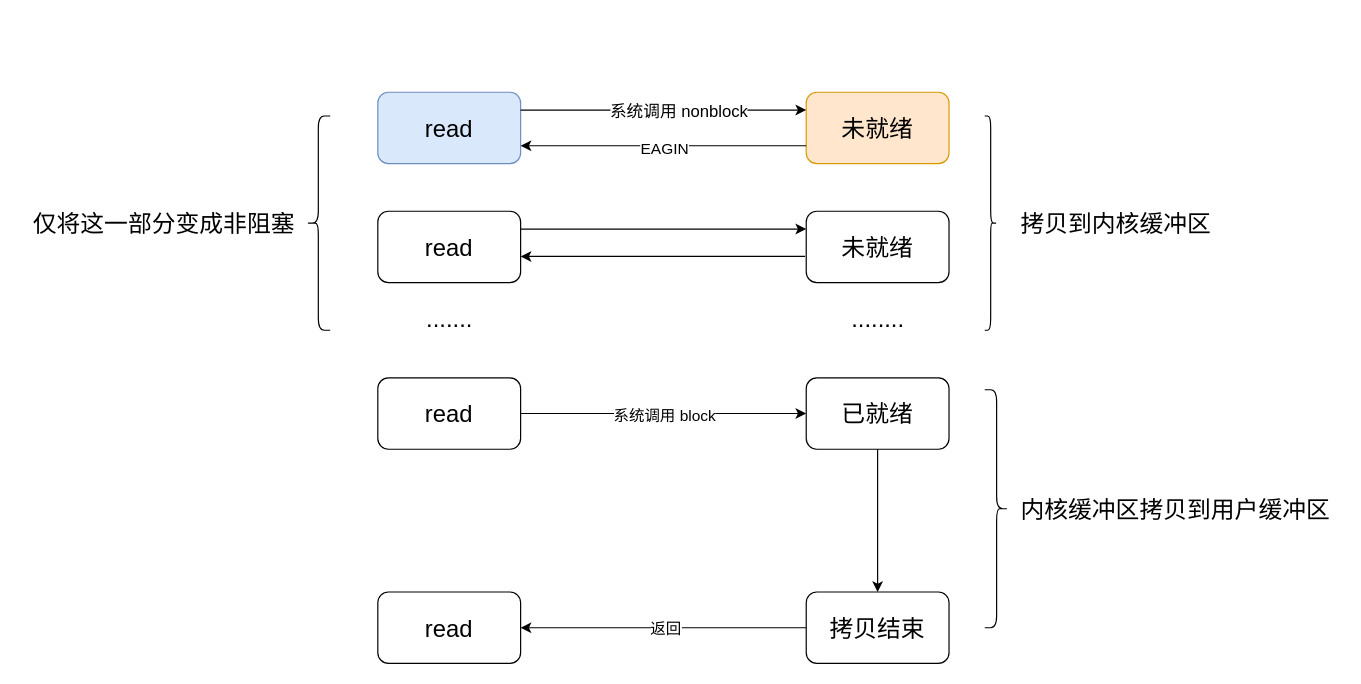
The draw.io diagram nonblock_read.drawio in nullemp/images, before the edit. Source tidied: cells renumbered, new cells numbered last; positions are measured from the earlier drawing's top-left corner, leaving out a move shared by most shapes. Both pictures are drawn from the tidied source at 119%, with x=0, y=0 at pixel (20, 92).
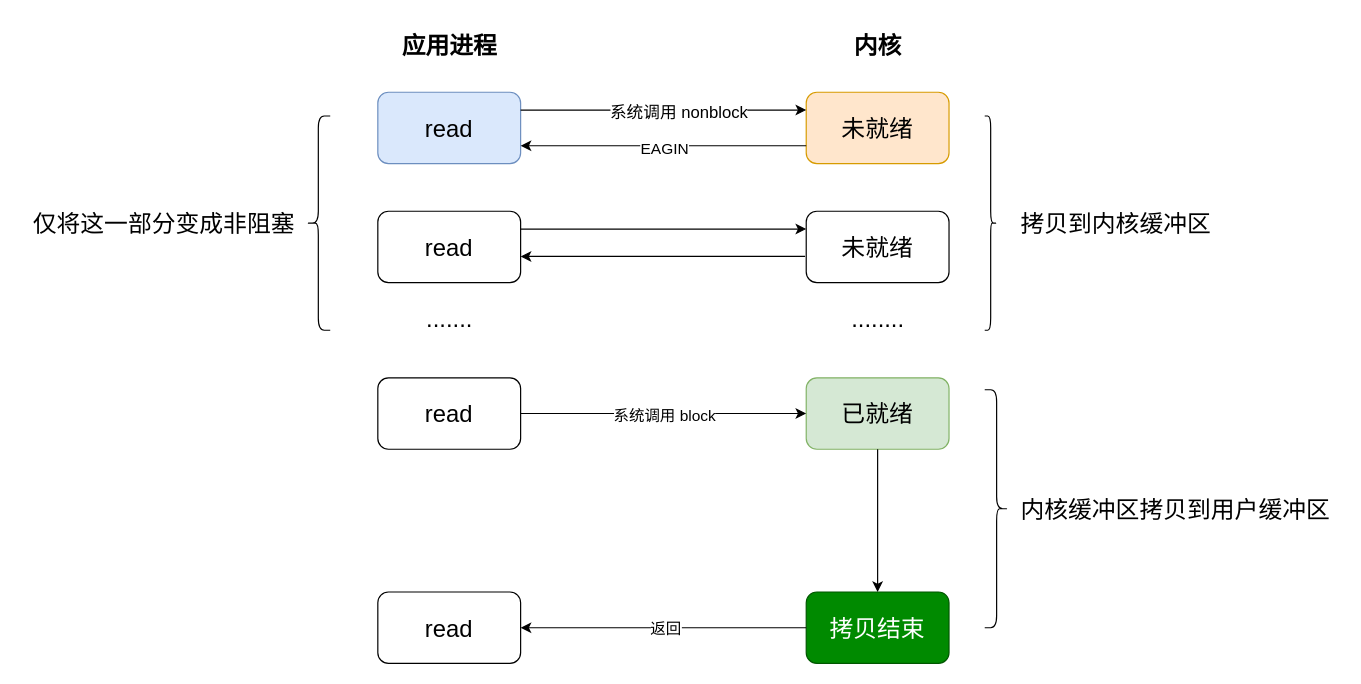
The same diagram, later.

Change to the diagram source:
```diff
@@
-    <mxCell id="7" value="已就绪" style="rounded=1;whiteSpace=wrap;html=1;fontSize=20;" parent="1" vertex="1">
+    <mxCell id="7" value="已就绪" style="rounded=1;whiteSpace=wrap;html=1;fontSize=20;fillColor=#d5e8d4;strokeColor=#82b366;" parent="1" vertex="1">
       <mxGeometry x="660" y="240" width="120" height="60" as="geometry" />
     </mxCell>
@@
-    <mxCell id="23" value="拷贝结束" style="rounded=1;whiteSpace=wrap;html=1;fontSize=20;" parent="1" vertex="1">
+    <mxCell id="23" value="拷贝结束" style="rounded=1;whiteSpace=wrap;html=1;fontSize=20;fillColor=#008a00;fontColor=#ffffff;strokeColor=#005700;" parent="1" vertex="1">
       <mxGeometry x="660" y="420" width="120" height="60" as="geometry" />
     </mxCell>
@@
+    <mxCell id="29" value="&lt;b&gt;应用进程&lt;/b&gt;" style="text;html=1;align=center;verticalAlign=middle;strokeColor=none;fillColor=none;fontSize=20;" parent="1" vertex="1">
+      <mxGeometry x="310" y="-60" width="100" height="40" as="geometry" />
+    </mxCell>
+    <mxCell id="30" value="&lt;b&gt;内核&lt;/b&gt;" style="text;html=1;align=center;verticalAlign=middle;strokeColor=none;fillColor=none;fontSize=20;" parent="1" vertex="1">
+      <mxGeometry x="690" y="-60" width="60" height="40" as="geometry" />
+    </mxCell>
```
